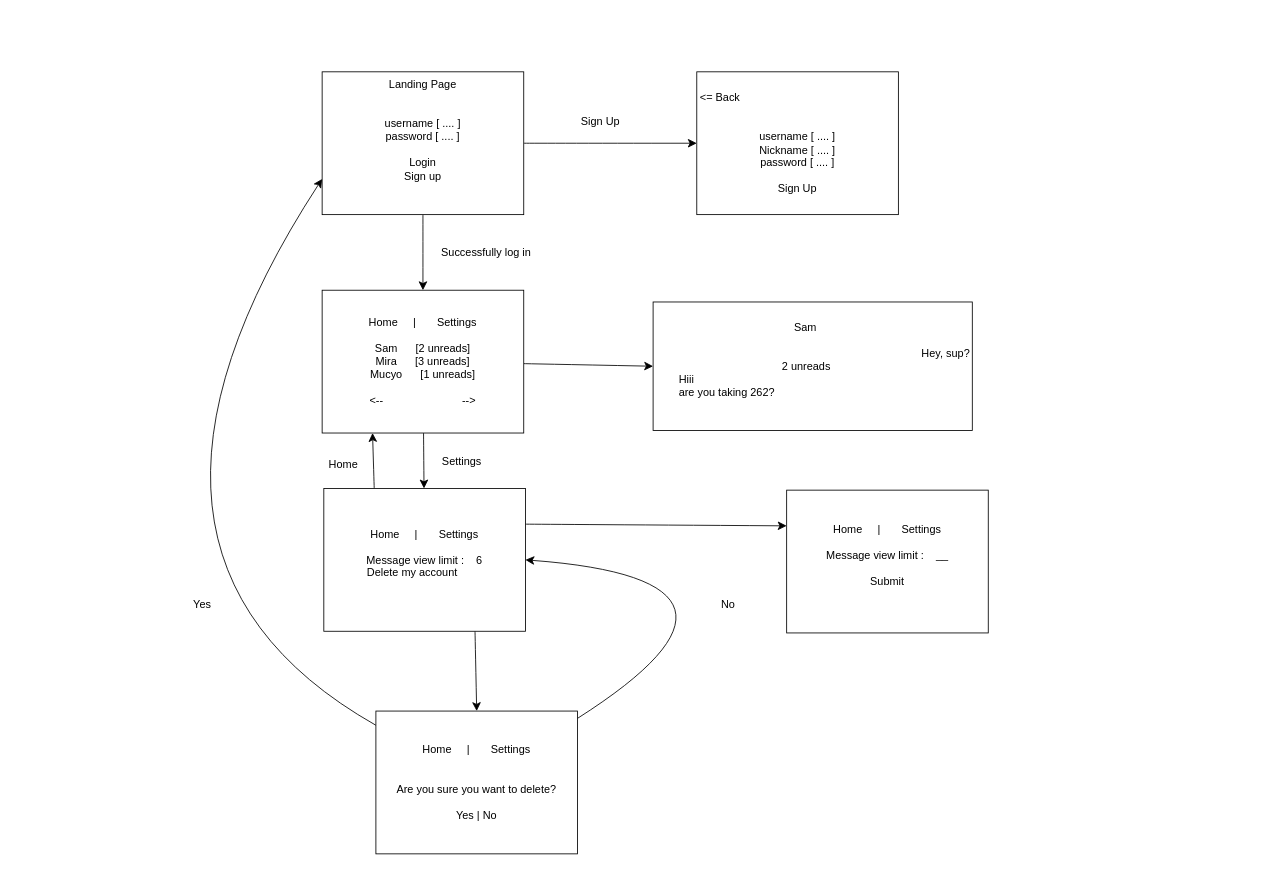
Above: page "Page-2" (2 of 2) of design/chat262.drawio in mirabor/cs262-chat (draw.io), before the change. Source tidied: cells renumbered, new cells numbered last; positions are measured from the earlier drawing's top-left corner, leaving out a move shared by most shapes. Both pictures are drawn from the tidied source at 84%, with x=0, y=0 at pixel (76, 71).
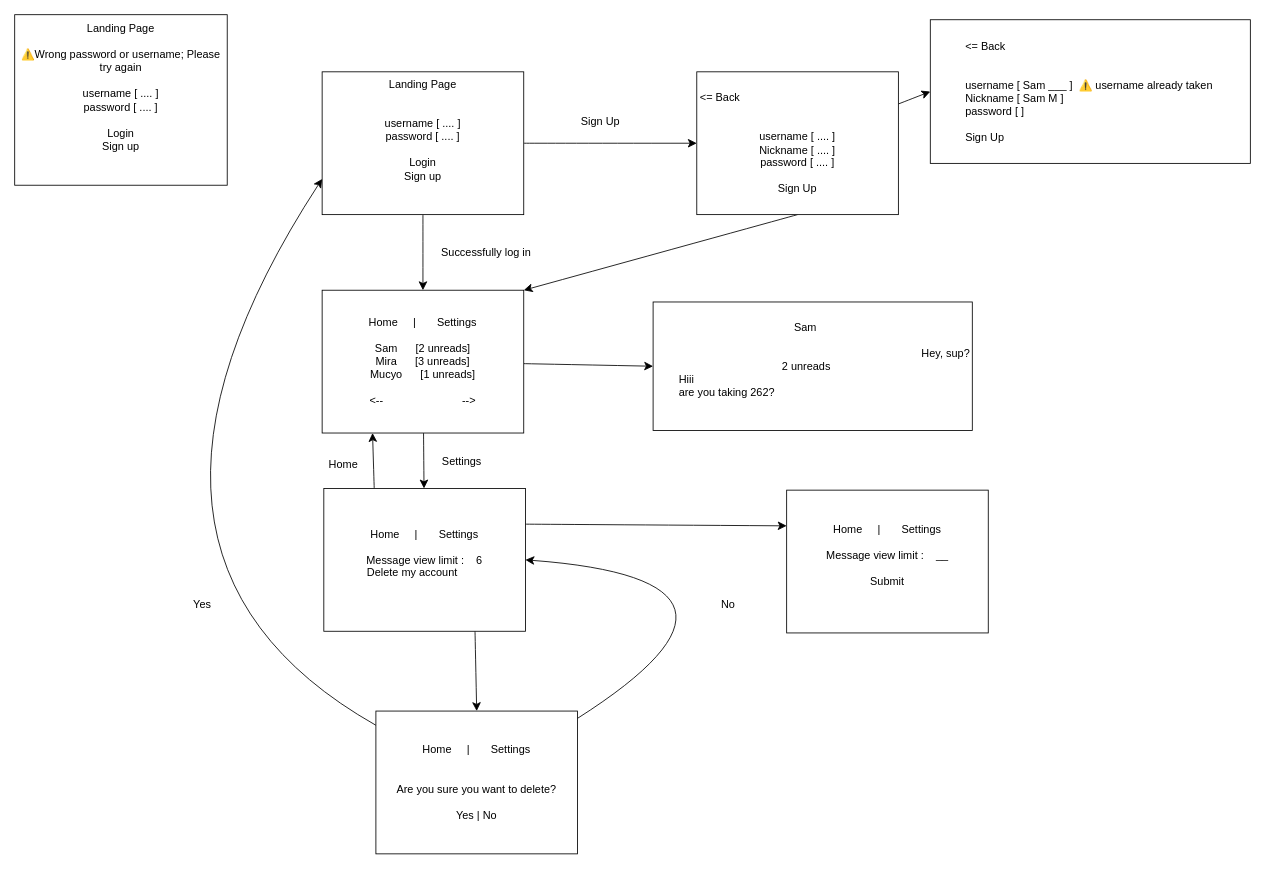
The same diagram, later.

Commit message (it also covers changes not shown here):
docs: add basic error handling in user journey

Unchanged cells that the change refers to:
```xml
<mxCell id="5" value="&lt;div&gt;&amp;lt;= Back&amp;nbsp;&amp;nbsp;&amp;nbsp;&amp;nbsp;&amp;nbsp;&amp;nbsp;&amp;nbsp;&amp;nbsp;&amp;nbsp;&amp;nbsp;&amp;nbsp;&amp;nbsp;&amp;nbsp;&amp;nbsp;&amp;nbsp;&amp;nbsp;&amp;nbsp;&amp;nbsp;&amp;nbsp;&amp;nbsp;&amp;nbsp;&amp;nbsp;&amp;nbsp;&amp;nbsp;&amp;nbsp;&amp;nbsp;&amp;nbsp;&amp;nbsp;&amp;nbsp;&amp;nbsp;&amp;nbsp;&amp;nbsp;&amp;nbsp;&amp;nbsp;&amp;nbsp;&amp;nbsp;&amp;nbsp;&amp;nbsp;&amp;nbsp;&amp;nbsp;&amp;nbsp;&amp;nbsp;&amp;nbsp;&amp;nbsp;&amp;nbsp;&amp;nbsp;&amp;nbsp;&amp;nbsp;&amp;nbsp;&amp;nbsp;&amp;nbsp; &lt;br&gt;&lt;/div&gt;&lt;div&gt;&lt;br&gt;&lt;/div&gt;&lt;div&gt;&lt;br&gt;&lt;/div&gt;&lt;div&gt;username [ .... ]&lt;/div&gt;&lt;div&gt;Nickname [ .... ]&lt;/div&gt;&lt;div&gt;password [ .... ]&lt;/div&gt;&lt;div&gt;&lt;br&gt;&lt;/div&gt;&lt;div&gt;Sign Up&lt;/div&gt;" style="whiteSpace=wrap;html=1;fontSize=13;" parent="1" vertex="1">
  <mxGeometry x="738" width="240" height="170" as="geometry" />
</mxCell>
<mxCell id="9" value="&lt;div&gt;Home&amp;nbsp;&amp;nbsp;&amp;nbsp;&amp;nbsp; |&amp;nbsp;&amp;nbsp;&amp;nbsp;&amp;nbsp;&amp;nbsp;&amp;nbsp; Settings&lt;/div&gt;&lt;div&gt;&lt;br&gt;&lt;/div&gt;&lt;div&gt;Sam &amp;nbsp;&amp;nbsp;&amp;nbsp;&amp;nbsp; [2 unreads]&lt;/div&gt;&lt;div&gt;Mira&amp;nbsp;&amp;nbsp;&amp;nbsp;&amp;nbsp;&amp;nbsp; [3 unreads]&lt;/div&gt;&lt;div&gt;Mucyo &amp;nbsp;&amp;nbsp;&amp;nbsp;&amp;nbsp; [1 unreads]&lt;/div&gt;&lt;div&gt;&lt;br&gt;&lt;/div&gt;&lt;div&gt;&amp;lt;--&amp;nbsp;&amp;nbsp;&amp;nbsp;&amp;nbsp;&amp;nbsp;&amp;nbsp;&amp;nbsp;&amp;nbsp;&amp;nbsp;&amp;nbsp;&amp;nbsp;&amp;nbsp;&amp;nbsp;&amp;nbsp;&amp;nbsp;&amp;nbsp;&amp;nbsp;&amp;nbsp;&amp;nbsp;&amp;nbsp;&amp;nbsp;&amp;nbsp;&amp;nbsp;&amp;nbsp;&amp;nbsp; --&amp;gt;&lt;/div&gt;" style="whiteSpace=wrap;html=1;fontSize=13;" parent="1" vertex="1">
  <mxGeometry x="292" y="260" width="240" height="170" as="geometry" />
</mxCell>
```

Diff of the diagram source:
```diff
@@
+    <mxCell id="24" style="edgeStyle=none;curved=1;rounded=0;jettySize=auto;html=1;entryX=0;entryY=0.5;entryDx=0;entryDy=0;fontSize=12;startSize=8;endSize=8;" parent="1" edge="1" source="5" target="27">
+      <mxGeometry relative="1" as="geometry" />
+    </mxCell>
+    <mxCell id="25" style="edgeStyle=none;curved=1;rounded=0;jettySize=auto;html=1;exitX=0.5;exitY=1;exitDx=0;exitDy=0;entryX=1;entryY=0;entryDx=0;entryDy=0;fontSize=12;startSize=8;endSize=8;" parent="1" edge="1" source="5" target="9">
+      <mxGeometry relative="1" as="geometry" />
+    </mxCell>
@@
+    <mxCell id="26" value="&lt;div&gt;Landing Page&lt;/div&gt;&lt;div&gt;&lt;br&gt;&lt;/div&gt;&lt;div&gt;⚠️Wrong password or username; Please try again&lt;/div&gt;&lt;div&gt;&lt;br&gt;&lt;/div&gt;&lt;div&gt;username [ .... ]&lt;/div&gt;&lt;div&gt;password [ .... ]&lt;/div&gt;&lt;div&gt;&lt;br&gt;&lt;/div&gt;&lt;div&gt;Login&lt;/div&gt;&lt;div&gt;Sign up&lt;/div&gt;&lt;div&gt;&lt;br&gt;&lt;/div&gt;&lt;div&gt;&lt;br&gt;&lt;/div&gt;" style="whiteSpace=wrap;html=1;fontSize=13;" parent="1" vertex="1">
+      <mxGeometry x="-74" y="-68" width="253" height="203" as="geometry" />
+    </mxCell>
+    <mxCell id="27" value="&lt;blockquote&gt;&lt;div align=&quot;left&quot;&gt;&amp;lt;= Back&amp;nbsp;&amp;nbsp;&amp;nbsp;&amp;nbsp;&amp;nbsp;&amp;nbsp;&amp;nbsp;&amp;nbsp;&amp;nbsp;&amp;nbsp;&amp;nbsp;&amp;nbsp;&amp;nbsp;&amp;nbsp;&amp;nbsp;&amp;nbsp;&amp;nbsp;&amp;nbsp;&amp;nbsp;&amp;nbsp;&amp;nbsp;&amp;nbsp;&amp;nbsp;&amp;nbsp;&amp;nbsp;&amp;nbsp;&amp;nbsp;&amp;nbsp;&amp;nbsp;&amp;nbsp;&amp;nbsp;&amp;nbsp;&amp;nbsp;&amp;nbsp;&amp;nbsp;&amp;nbsp;&amp;nbsp;&amp;nbsp;&amp;nbsp;&amp;nbsp;&amp;nbsp;&amp;nbsp;&amp;nbsp;&amp;nbsp;&amp;nbsp;&amp;nbsp;&amp;nbsp;&amp;nbsp;&amp;nbsp;&amp;nbsp;&amp;nbsp; &lt;br&gt;&lt;/div&gt;&lt;div align=&quot;left&quot;&gt;&lt;br&gt;&lt;/div&gt;&lt;div align=&quot;left&quot;&gt;&lt;br&gt;&lt;/div&gt;&lt;div align=&quot;left&quot;&gt;username [ Sam ___ ]&amp;nbsp;  ⚠️ username already taken&lt;/div&gt;&lt;div align=&quot;left&quot;&gt;Nickname [ Sam M ]&lt;/div&gt;&lt;div align=&quot;left&quot;&gt;password [ ]&lt;/div&gt;&lt;div align=&quot;left&quot;&gt;&lt;br&gt;&lt;/div&gt;&lt;div align=&quot;left&quot;&gt;Sign Up&lt;/div&gt;&lt;/blockquote&gt;" style="whiteSpace=wrap;html=1;fontSize=13;align=left;" parent="1" vertex="1">
+      <mxGeometry x="1016" y="-62" width="381" height="171" as="geometry" />
+    </mxCell>
```
